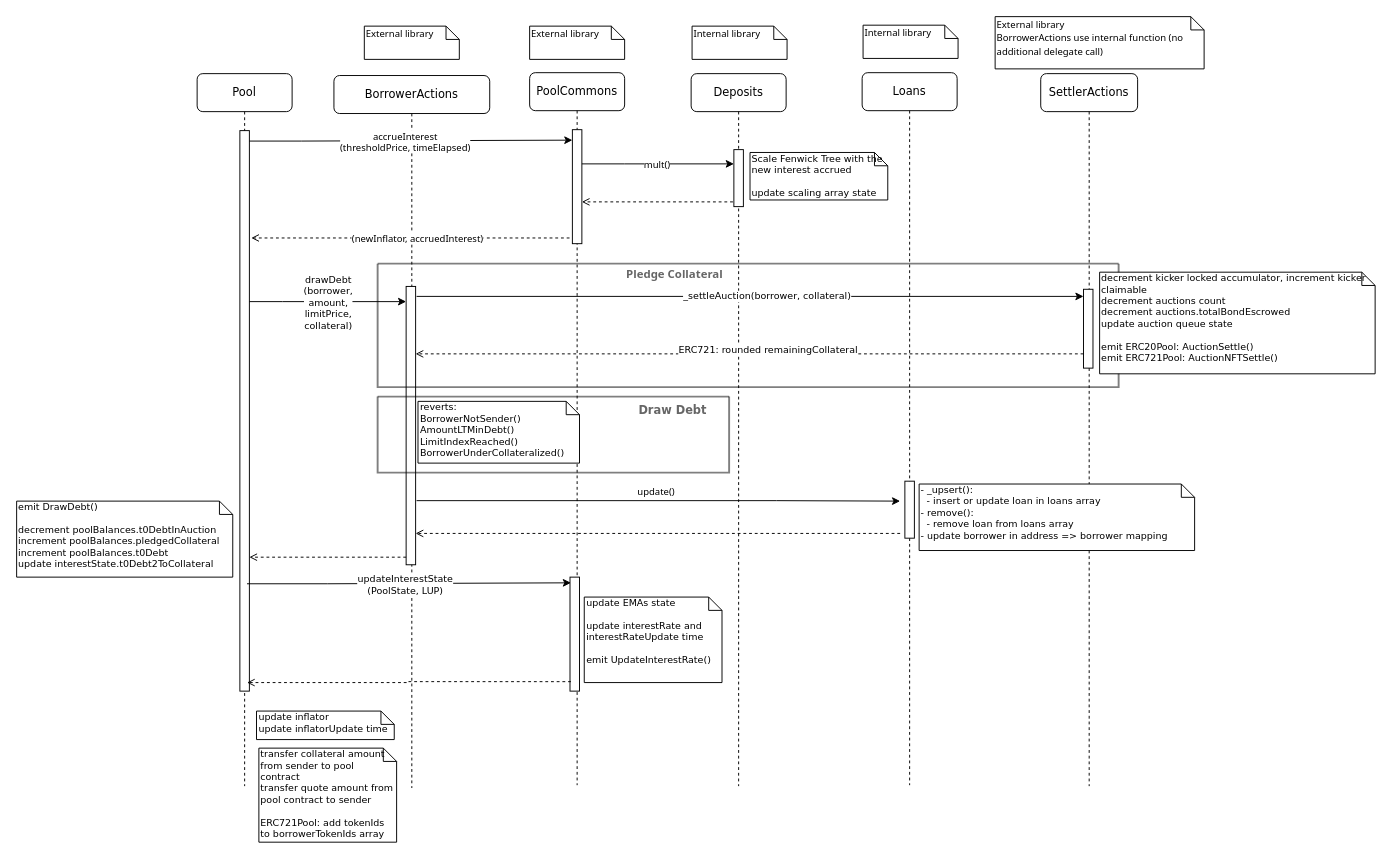
Before: docs/drawio/drawDebt.drawio in ajna-finance/ajna-core, a draw.io diagram. Source tidied: cells renumbered, new cells numbered last; positions are measured from the earlier drawing's top-left corner, leaving out a move shared by most shapes. Both pictures are drawn from the tidied source at 95%, with x=0, y=0 at pixel (16, 16).
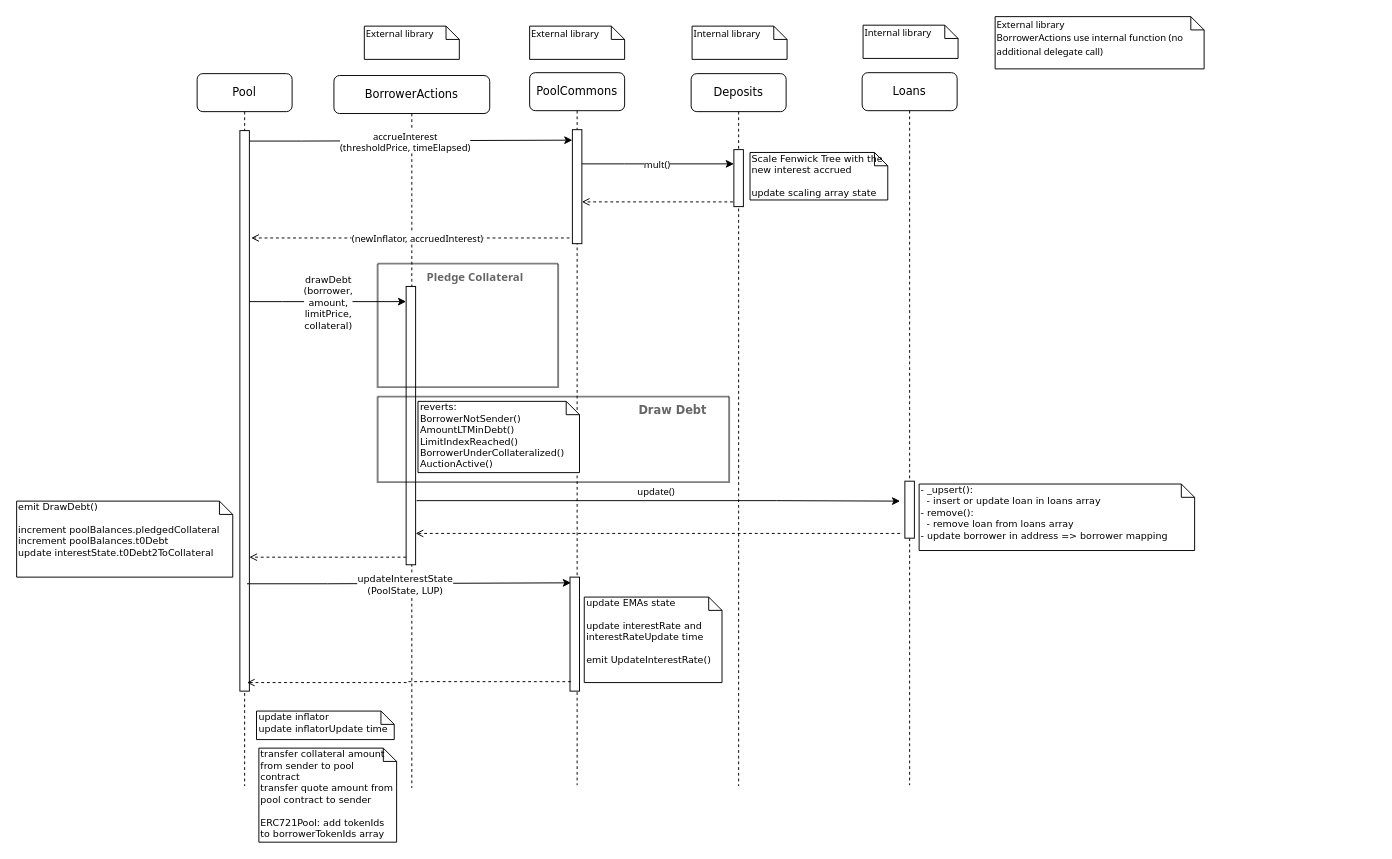
After the change.

What changed in the source:
```diff
@@
-    <mxCell id="30" value="SettlerActions" style="shape=umlLifeline;perimeter=lifelinePerimeter;whiteSpace=wrap;html=1;rounded=1;shadow=0;comic=0;labelBackgroundColor=none;strokeWidth=1;fontFamily=Verdana;fontSize=12;align=center;" parent="1" vertex="1">
-      <mxGeometry x="1078" y="60" width="102" height="750" as="geometry" />
-    </mxCell>
-    <mxCell id="31" style="html=1;points=[];perimeter=orthogonalPerimeter;rounded=0;shadow=0;comic=0;labelBackgroundColor=none;strokeWidth=1;fontFamily=Verdana;fontSize=12;align=center;" parent="30" vertex="1">
-      <mxGeometry x="45" y="227" width="10" height="83" as="geometry" />
-    </mxCell>
@@
-    <mxCell id="37" style="edgeStyle=orthogonalEdgeStyle;rounded=0;orthogonalLoop=1;jettySize=auto;html=1;fontFamily=Verdana;fontSize=10;endArrow=classic;endFill=1;" parent="1" edge="1">
-      <mxGeometry relative="1" as="geometry">
-        <mxPoint x="421" y="294.5" as="sourcePoint" />
-        <mxPoint x="1123" y="294.5" as="targetPoint" />
-      </mxGeometry>
-    </mxCell>
-    <mxCell id="38" value="_settleAuction(borrower, collateral)" style="edgeLabel;html=1;align=center;verticalAlign=middle;fontSize=10;fontFamily=Verdana;" parent="37" vertex="1">
-      <mxGeometry x="-0.1" y="2" relative="1" as="geometry">
-        <mxPoint x="52" y="1" as="offset" />
-      </mxGeometry>
-    </mxCell>
-    <mxCell id="39" style="edgeStyle=orthogonalEdgeStyle;rounded=0;jettySize=auto;html=1;fontFamily=Verdana;fontSize=10;endArrow=open;endFill=0;dashed=1;" parent="1" edge="1" source="31">
-      <mxGeometry relative="1" as="geometry">
-        <mxPoint x="420" y="355" as="targetPoint" />
-        <Array as="points">
-          <mxPoint x="940" y="355" />
-          <mxPoint x="940" y="355" />
-        </Array>
-      </mxGeometry>
-    </mxCell>
-    <mxCell id="40" value="ERC721: rounded remainingCollateral " style="edgeLabel;html=1;align=center;verticalAlign=middle;fontSize=10;fontFamily=Verdana;" parent="39" vertex="1">
-      <mxGeometry x="0.12" y="2" relative="1" as="geometry">
-        <mxPoint x="61" y="-7" as="offset" />
-      </mxGeometry>
-    </mxCell>
     <mxCell id="41" style="swimlane;startSize=0;labelBackgroundColor=none;fontFamily=Verdana;fontSize=12;gradientColor=none;opacity=50;strokeWidth=2;" parent="1" vertex="1">
-      <mxGeometry x="380" y="260" width="780" height="130" as="geometry" />
+      <mxGeometry x="380" y="260" width="190" height="130" as="geometry" />
     </mxCell>
     <mxCell id="42" value="&lt;div align=&quot;center&quot;&gt;&lt;b&gt;&lt;font face=&quot;Tahoma&quot;&gt;Pledge Collateral&lt;/font&gt;&lt;br&gt;&lt;/b&gt;&lt;/div&gt;" style="text;html=1;align=left;verticalAlign=middle;strokeColor=none;fillColor=none;fontSize=12;fontFamily=Verdana;fontColor=#666666;" parent="41" vertex="1">
-      <mxGeometry x="260" y="-3" width="140" height="30" as="geometry" />
+      <mxGeometry x="50" width="140" height="30" as="geometry" />
     </mxCell>
-    <mxCell id="43" value="decrement kicker locked accumulator, increment kicker claimable&lt;br&gt;decrement auctions count&lt;br&gt;decrement auctions.totalBondEscrowed&lt;br&gt;&lt;div&gt;update auction queue state&lt;/div&gt;&lt;div&gt;&lt;br&gt;&lt;/div&gt;&lt;div&gt;emit ERC20Pool: AuctionSettle()&lt;/div&gt;&lt;div&gt;emit ERC721Pool: AuctionNFTSettle()&lt;br&gt;&lt;/div&gt;" style="shape=note;whiteSpace=wrap;html=1;size=14;verticalAlign=top;align=left;spacingTop=-6;rounded=0;shadow=0;comic=0;labelBackgroundColor=none;strokeWidth=1;fontFamily=Verdana;fontSize=10;" parent="1" vertex="1">
-      <mxGeometry x="1140" y="269" width="290" height="107" as="geometry" />
-    </mxCell>
@@
     <mxCell id="45" style="swimlane;startSize=0;labelBackgroundColor=none;fontFamily=Verdana;fontSize=12;gradientColor=none;opacity=50;strokeWidth=2;" parent="1" vertex="1">
-      <mxGeometry x="380" y="400" width="370" height="80" as="geometry" />
+      <mxGeometry x="380" y="400" width="370" height="90" as="geometry" />
     </mxCell>
@@
-    <mxCell id="47" value="&lt;div&gt;reverts:&lt;/div&gt;&lt;div&gt;BorrowerNotSender()&lt;/div&gt;&lt;div&gt;AmountLTMinDebt()&lt;/div&gt;&lt;div&gt;LimitIndexReached()&lt;/div&gt;&lt;div&gt;BorrowerUnderCollateralized()&lt;br&gt;&lt;/div&gt;" style="shape=note;whiteSpace=wrap;html=1;size=14;verticalAlign=top;align=left;spacingTop=-6;rounded=0;shadow=0;comic=0;labelBackgroundColor=none;strokeWidth=1;fontFamily=Verdana;fontSize=10;" parent="45" vertex="1">
-      <mxGeometry x="42.5" y="5" width="170" height="65" as="geometry" />
+    <mxCell id="47" value="&lt;div&gt;reverts:&lt;/div&gt;&lt;div&gt;BorrowerNotSender()&lt;/div&gt;&lt;div&gt;AmountLTMinDebt()&lt;/div&gt;&lt;div&gt;LimitIndexReached()&lt;/div&gt;&lt;div&gt;BorrowerUnderCollateralized()&lt;br&gt;&lt;/div&gt;&lt;div&gt;AuctionActive()&lt;/div&gt;&lt;div&gt;&lt;br&gt;&lt;/div&gt;" style="shape=note;whiteSpace=wrap;html=1;size=14;verticalAlign=top;align=left;spacingTop=-6;rounded=0;shadow=0;comic=0;labelBackgroundColor=none;strokeWidth=1;fontFamily=Verdana;fontSize=10;" parent="45" vertex="1">
+      <mxGeometry x="42.5" y="5" width="170" height="75" as="geometry" />
     </mxCell>
@@
-    <mxCell id="49" value="&lt;div&gt;emit DrawDebt()&lt;/div&gt;&lt;div&gt;&lt;br&gt;&lt;/div&gt;&lt;div&gt;decrement poolBalances.t0DebtInAuction&lt;br&gt;increment poolBalances.pledgedCollateral &lt;br&gt;increment poolBalances.t0Debt&lt;/div&gt;&lt;div&gt;update interestState.t0Debt2ToCollateral&lt;/div&gt;" style="shape=note;whiteSpace=wrap;html=1;size=14;verticalAlign=top;align=left;spacingTop=-6;rounded=0;shadow=0;comic=0;labelBackgroundColor=none;strokeWidth=1;fontFamily=Verdana;fontSize=10;" parent="1" vertex="1">
+    <mxCell id="49" value="&lt;div&gt;emit DrawDebt()&lt;/div&gt;&lt;div&gt;&lt;br&gt;&lt;/div&gt;&lt;div&gt;increment poolBalances.pledgedCollateral &lt;br&gt;increment poolBalances.t0Debt&lt;/div&gt;&lt;div&gt;update interestState.t0Debt2ToCollateral&lt;/div&gt;" style="shape=note;whiteSpace=wrap;html=1;size=14;verticalAlign=top;align=left;spacingTop=-6;rounded=0;shadow=0;comic=0;labelBackgroundColor=none;strokeWidth=1;fontFamily=Verdana;fontSize=10;" parent="1" vertex="1">
       <mxGeometry y="510" width="227.5" height="80" as="geometry" />
     </mxCell>
```
